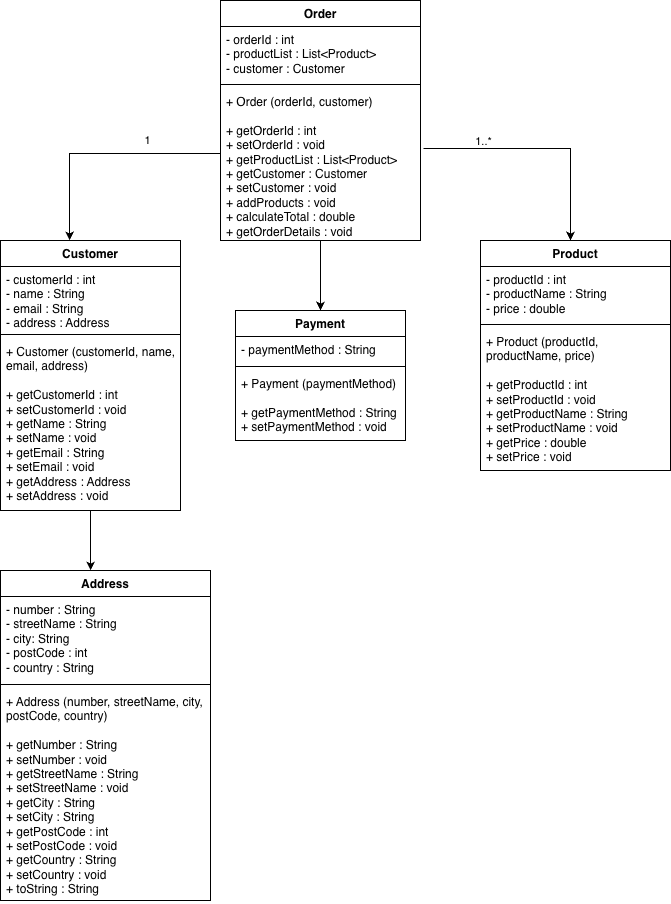
Earlier version of the draw.io export uml-diagram-onlineShop.drawio.png (SangeethaNachimuthu/SimpleOnlineShop). Source tidied: cells renumbered, new cells last; positions are measured from the earlier drawing's top-left corner, leaving out a move shared by most shapes.
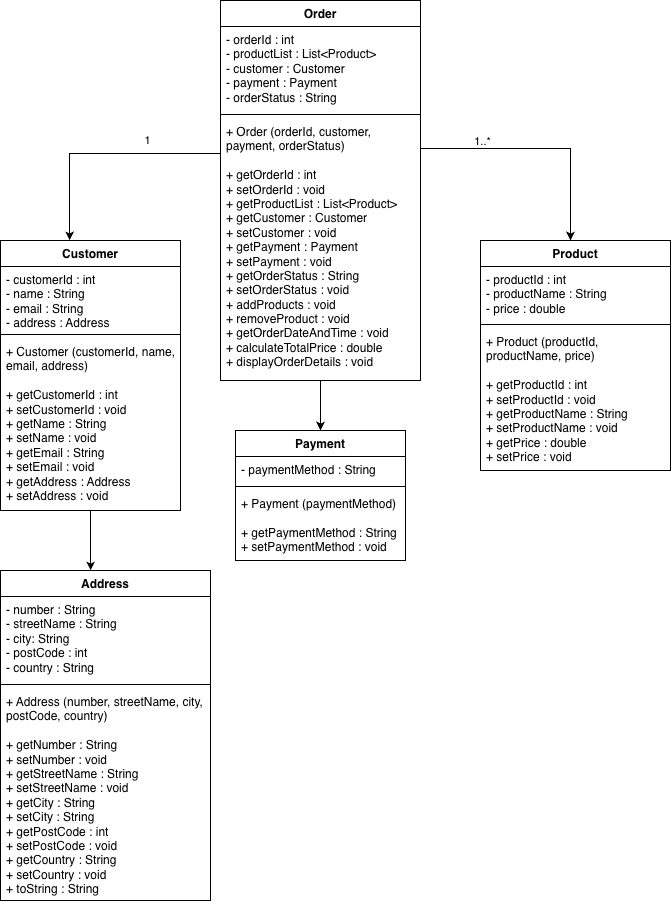
Later version of the same file.

Diff of the diagram source:
```diff
@@ -30,16 +30,16 @@
       <mxGeometry relative="1" as="geometry" />
     </mxCell>
     <mxCell id="11" value="Order" style="swimlane;fontStyle=1;align=center;verticalAlign=top;horizontal=1;startSize=26;whiteSpace=wrap;html=1;" parent="1" vertex="1">
-      <mxGeometry x="220" width="200" height="240" as="geometry" />
+      <mxGeometry x="220" width="200" height="380" as="geometry" />
     </mxCell>
-    <mxCell id="12" value="- orderId : int&lt;div&gt;- productList : List&amp;lt;Product&amp;gt;&lt;/div&gt;&lt;div&gt;- customer : Customer&lt;/div&gt;" style="text;strokeColor=none;fillColor=none;align=left;verticalAlign=top;spacingLeft=4;spacingRight=4;overflow=hidden;whiteSpace=wrap;html=1;" parent="11" vertex="1">
-      <mxGeometry y="26" width="200" height="54" as="geometry" />
+    <mxCell id="12" value="- orderId : int&lt;div&gt;- productList : List&amp;lt;Product&amp;gt;&lt;/div&gt;&lt;div&gt;- customer : Customer&lt;/div&gt;&lt;div&gt;- payment : Payment&lt;/div&gt;&lt;div&gt;- orderStatus : String&lt;/div&gt;" style="text;strokeColor=none;fillColor=none;align=left;verticalAlign=top;spacingLeft=4;spacingRight=4;overflow=hidden;whiteSpace=wrap;html=1;" parent="11" vertex="1">
+      <mxGeometry y="26" width="200" height="84" as="geometry" />
     </mxCell>
     <mxCell id="13" style="line;strokeWidth=1;fillColor=none;align=left;verticalAlign=middle;spacingTop=-1;spacingLeft=3;spacingRight=3;labelPosition=right;strokeColor=inherit;" parent="11" vertex="1">
-      <mxGeometry y="80" width="200" height="8" as="geometry" />
+      <mxGeometry y="110" width="200" height="8" as="geometry" />
     </mxCell>
-    <mxCell id="14" value="+ Order (orderId, customer)&lt;div&gt;&lt;br&gt;&lt;/div&gt;&lt;div&gt;+ getOrderId : int&lt;/div&gt;&lt;div&gt;+ setOrderId : void&lt;/div&gt;&lt;div&gt;+ getProductList : List&amp;lt;Product&amp;gt;&lt;/div&gt;&lt;div&gt;+ getCustomer : Customer&lt;/div&gt;&lt;div&gt;+ setCustomer : void&lt;/div&gt;&lt;div&gt;+ addProducts : void&lt;/div&gt;&lt;div&gt;+ calculateTotal : double&lt;/div&gt;&lt;div&gt;+ getOrderDetails : void&lt;/div&gt;" style="text;strokeColor=none;fillColor=none;align=left;verticalAlign=top;spacingLeft=4;spacingRight=4;overflow=hidden;points=[[0,0.5],[1,0.5]];portConstraint=eastwest;whiteSpace=wrap;html=1;" parent="11" vertex="1">
-      <mxGeometry y="88" width="200" height="152" as="geometry" />
+    <mxCell id="14" value="+ Order (orderId, customer, payment, orderStatus)&lt;div&gt;&lt;br&gt;&lt;/div&gt;&lt;div&gt;+ getOrderId : int&lt;/div&gt;&lt;div&gt;+ setOrderId : void&lt;/div&gt;&lt;div&gt;+ getProductList : List&amp;lt;Product&amp;gt;&lt;/div&gt;&lt;div&gt;+ getCustomer : Customer&lt;/div&gt;&lt;div&gt;+ setCustomer : void&lt;/div&gt;&lt;div&gt;+ getPayment : Payment&lt;/div&gt;&lt;div&gt;+ setPayment : void&lt;/div&gt;&lt;div&gt;+ getOrderStatus : String&lt;/div&gt;&lt;div&gt;+ setOrderStatus : void&lt;/div&gt;&lt;div&gt;+ addProducts : void&lt;/div&gt;&lt;div&gt;+ removeProduct : void&lt;/div&gt;&lt;div&gt;+ getOrderDateAndTime : void&lt;/div&gt;&lt;div&gt;+ calculateTotalPrice : double&lt;/div&gt;&lt;div&gt;+ displayOrderDetails : void&lt;/div&gt;&lt;div&gt;&lt;br&gt;&lt;/div&gt;" style="text;strokeColor=none;fillColor=none;align=left;verticalAlign=top;spacingLeft=4;spacingRight=4;overflow=hidden;points=[[0,0.5],[1,0.5]];portConstraint=eastwest;whiteSpace=wrap;html=1;" parent="11" vertex="1">
+      <mxGeometry y="118" width="200" height="262" as="geometry" />
     </mxCell>
     <mxCell id="15" style="edgeStyle=orthogonalEdgeStyle;rounded=0;orthogonalLoop=1;jettySize=auto;html=1;entryX=0.367;entryY=-0.015;entryDx=0;entryDy=0;entryPerimeter=0;exitX=-0.015;exitY=0.401;exitDx=0;exitDy=0;exitPerimeter=0;" parent="1" edge="1">
       <mxGeometry relative="1" as="geometry">
@@ -52,12 +52,13 @@
         <mxPoint x="66" y="-13" as="offset" />
       </mxGeometry>
     </mxCell>
-    <mxCell id="17" style="edgeStyle=orthogonalEdgeStyle;rounded=0;jettySize=auto;html=1;exitX=1.015;exitY=0.395;exitDx=0;exitDy=0;exitPerimeter=0;" parent="1" edge="1" source="14">
+    <mxCell id="17" style="edgeStyle=orthogonalEdgeStyle;rounded=0;orthogonalLoop=1;jettySize=auto;html=1;" parent="1" edge="1">
       <mxGeometry relative="1" as="geometry">
+        <mxPoint x="420" y="148" as="sourcePoint" />
         <mxPoint x="570" y="240" as="targetPoint" />
         <Array as="points">
+          <mxPoint x="424" y="148" />
           <mxPoint x="570" y="148" />
-          <mxPoint x="570" y="240" />
         </Array>
       </mxGeometry>
     </mxCell>
@@ -82,7 +83,7 @@
       <mxGeometry relative="1" as="geometry" />
     </mxCell>
     <mxCell id="24" value="Payment" style="swimlane;fontStyle=1;align=center;verticalAlign=top;horizontal=1;startSize=26;whiteSpace=wrap;html=1;" parent="1" vertex="1">
-      <mxGeometry x="235" y="310" width="170" height="130" as="geometry" />
+      <mxGeometry x="235" y="430" width="170" height="130" as="geometry" />
     </mxCell>
     <mxCell id="25" value="- paymentMethod : String" style="text;strokeColor=none;fillColor=none;align=left;verticalAlign=top;spacingLeft=4;spacingRight=4;overflow=hidden;whiteSpace=wrap;html=1;" parent="24" vertex="1">
       <mxGeometry y="26" width="170" height="26" as="geometry" />
```
